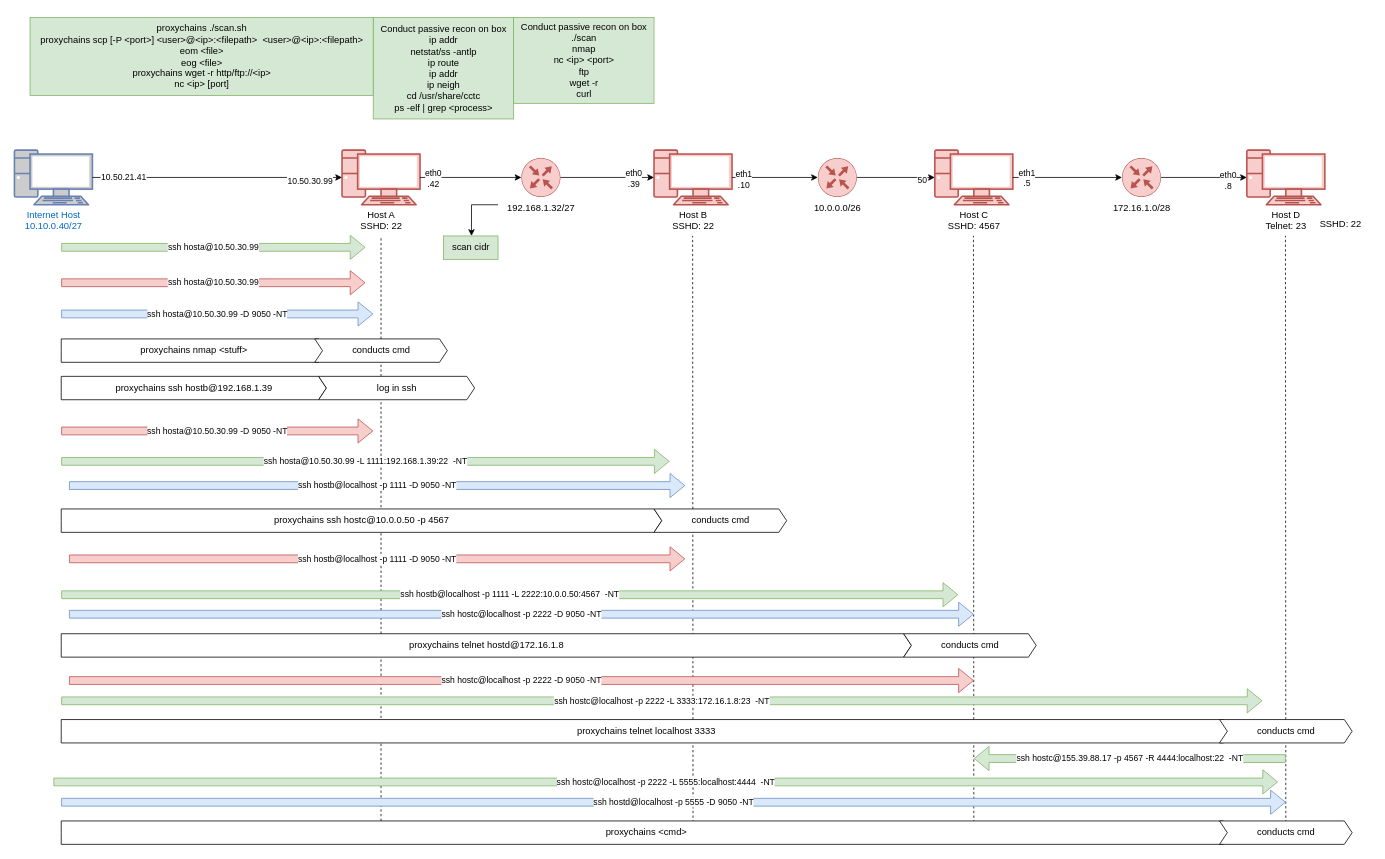
Before: CCTC/NET/Tunnel_Practice.drawio in wifi96h/new, a draw.io diagram. Source tidied: cells renumbered, new cells numbered last; positions are measured from the earlier drawing's top-left corner, leaving out a move shared by most shapes. Both pictures are drawn from the tidied source at 78%, with x=0, y=0 at pixel (14, 17).
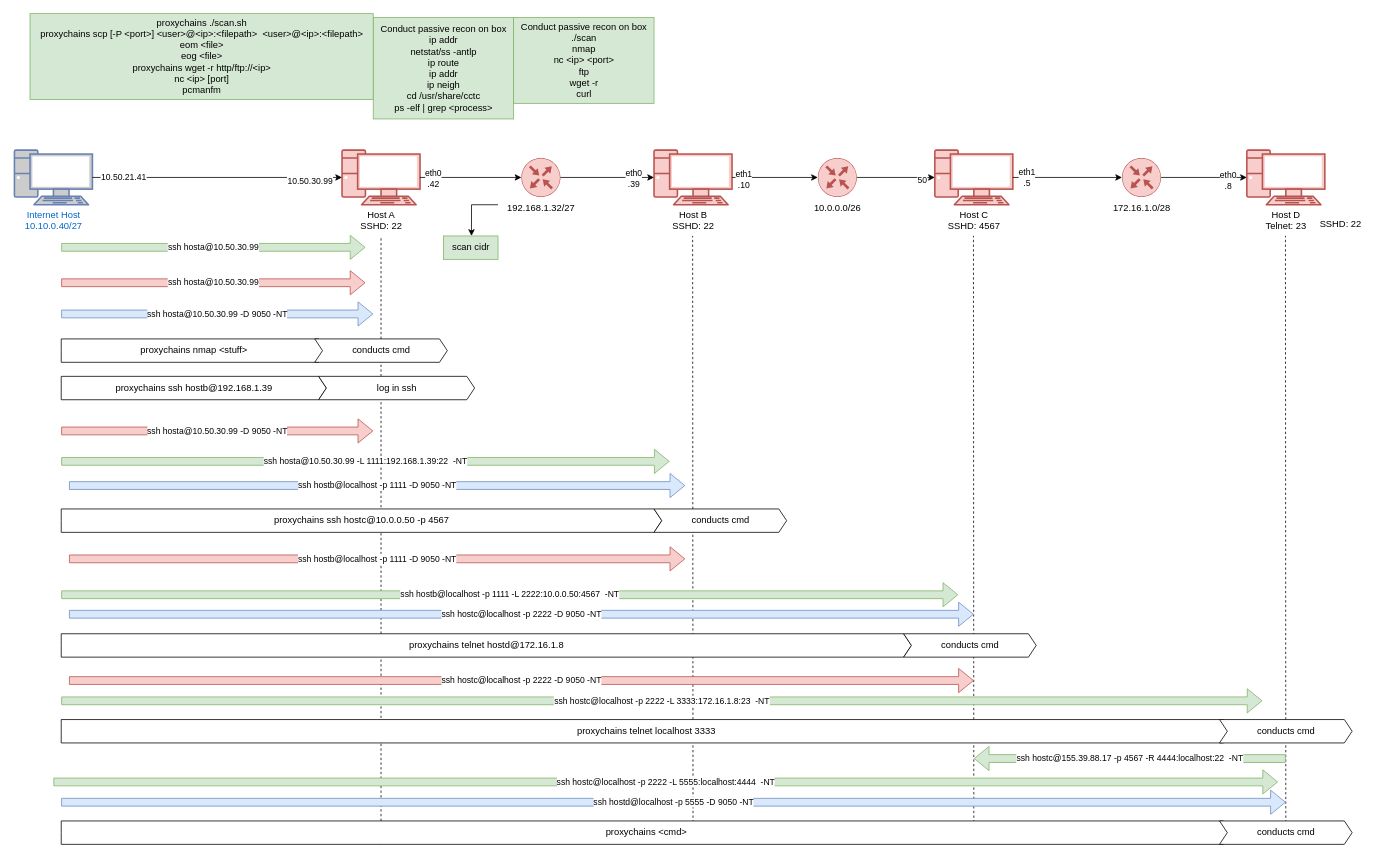
After the change.

What changed in the source:
```diff
@@
-    <mxCell id="50" value="proxychains ./scan.sh&lt;div&gt;proxychains scp [-P &amp;lt;port&amp;gt;] &amp;lt;user&amp;gt;@&amp;lt;ip&amp;gt;:&amp;lt;filepath&amp;gt;&amp;nbsp; &amp;lt;user&amp;gt;@&amp;lt;ip&amp;gt;:&amp;lt;filepath&amp;gt;&lt;/div&gt;&lt;div&gt;eom &amp;lt;file&amp;gt;&lt;/div&gt;&lt;div&gt;eog &amp;lt;file&amp;gt;&lt;/div&gt;&lt;div&gt;proxychains wget -r http/ftp://&amp;lt;ip&amp;gt;&lt;/div&gt;&lt;div&gt;nc &amp;lt;ip&amp;gt; [port]&lt;/div&gt;" style="text;html=1;align=center;verticalAlign=middle;strokeColor=#82b366;fillColor=#d5e8d4;" parent="1" vertex="1">
-      <mxGeometry x="20" width="440" height="100" as="geometry" />
+    <mxCell id="50" value="proxychains ./scan.sh&lt;div&gt;proxychains scp [-P &amp;lt;port&amp;gt;] &amp;lt;user&amp;gt;@&amp;lt;ip&amp;gt;:&amp;lt;filepath&amp;gt;&amp;nbsp; &amp;lt;user&amp;gt;@&amp;lt;ip&amp;gt;:&amp;lt;filepath&amp;gt;&lt;/div&gt;&lt;div&gt;eom &amp;lt;file&amp;gt;&lt;/div&gt;&lt;div&gt;eog &amp;lt;file&amp;gt;&lt;/div&gt;&lt;div&gt;proxychains wget -r http/ftp://&amp;lt;ip&amp;gt;&lt;/div&gt;&lt;div&gt;nc &amp;lt;ip&amp;gt; [port]&lt;/div&gt;&lt;div&gt;pcmanfm&lt;/div&gt;" style="text;html=1;align=center;verticalAlign=middle;strokeColor=#82b366;fillColor=#d5e8d4;" parent="1" vertex="1">
+      <mxGeometry x="20" y="-5" width="440" height="110" as="geometry" />
     </mxCell>
```
